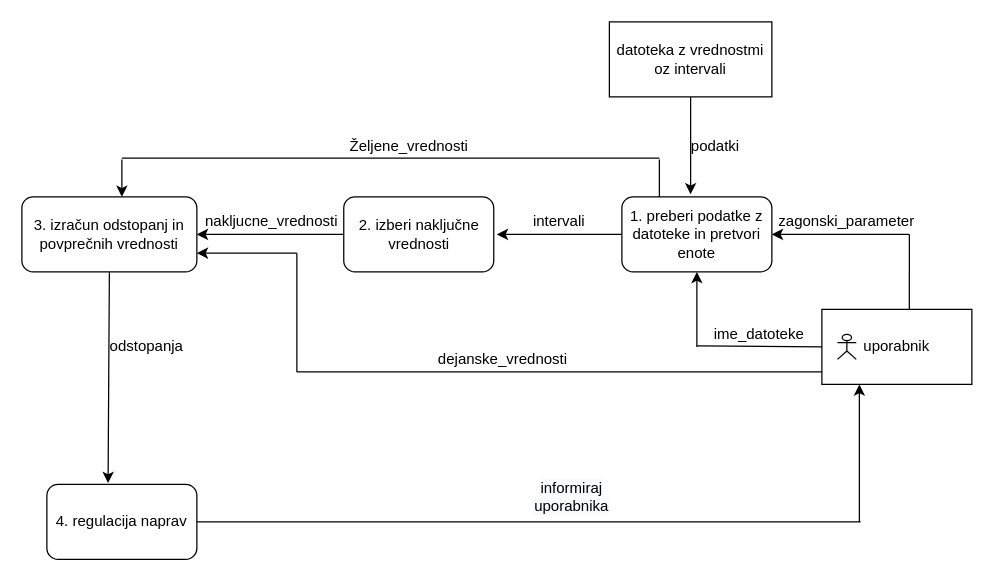
Earlier version of the draw.io diagram page "Page-2" (2 of 2) of diagram toka podatkov.drawio (OPI-v-v/simulator). Source tidied: cells renumbered, new cells numbered last; positions are measured from the earlier drawing's top-left corner, leaving out a move shared by most shapes. Both pictures are drawn from the tidied source at 125%, with x=0, y=0 at pixel (21, 21).
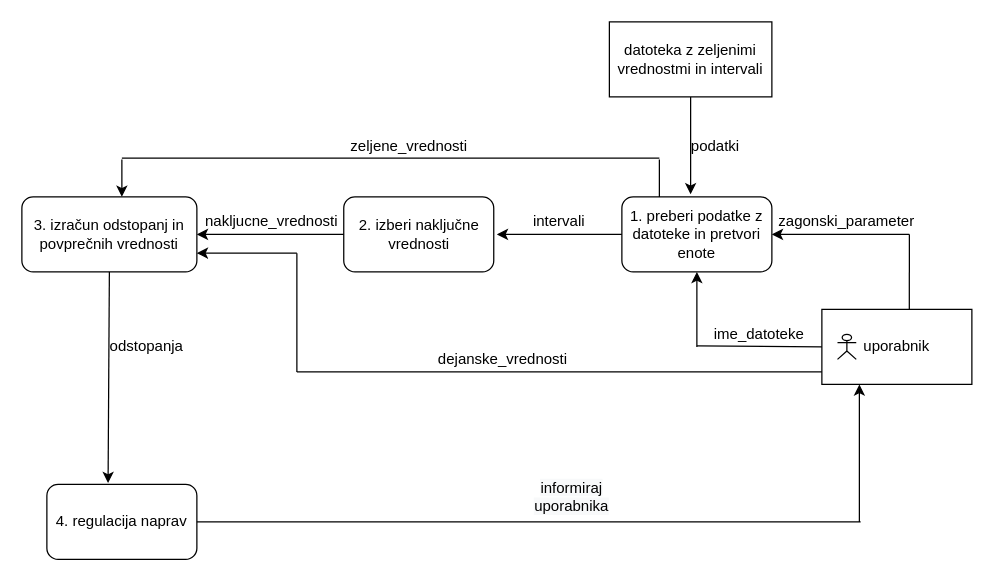
The same diagram, later.

Change to the diagram source:
```diff
@@
-    <mxCell id="3" value="datoteka z vrednostmi oz intervali" style="rounded=0;whiteSpace=wrap;html=1;" parent="1" vertex="1">
+    <mxCell id="3" value="datoteka z zeljenimi vrednostmi in intervali" style="rounded=0;whiteSpace=wrap;html=1;" parent="1" vertex="1">
       <mxGeometry x="470" width="130" height="60" as="geometry" />
     </mxCell>
@@
-    <mxCell id="14" value="Željene_vrednosti" style="text;html=1;strokeColor=none;fillColor=none;align=center;verticalAlign=middle;whiteSpace=wrap;rounded=0;" parent="1" vertex="1">
+    <mxCell id="14" value="zeljene_vrednosti" style="text;html=1;strokeColor=none;fillColor=none;align=center;verticalAlign=middle;whiteSpace=wrap;rounded=0;" parent="1" vertex="1">
       <mxGeometry x="255" y="90" width="110" height="20" as="geometry" />
     </mxCell>
```
